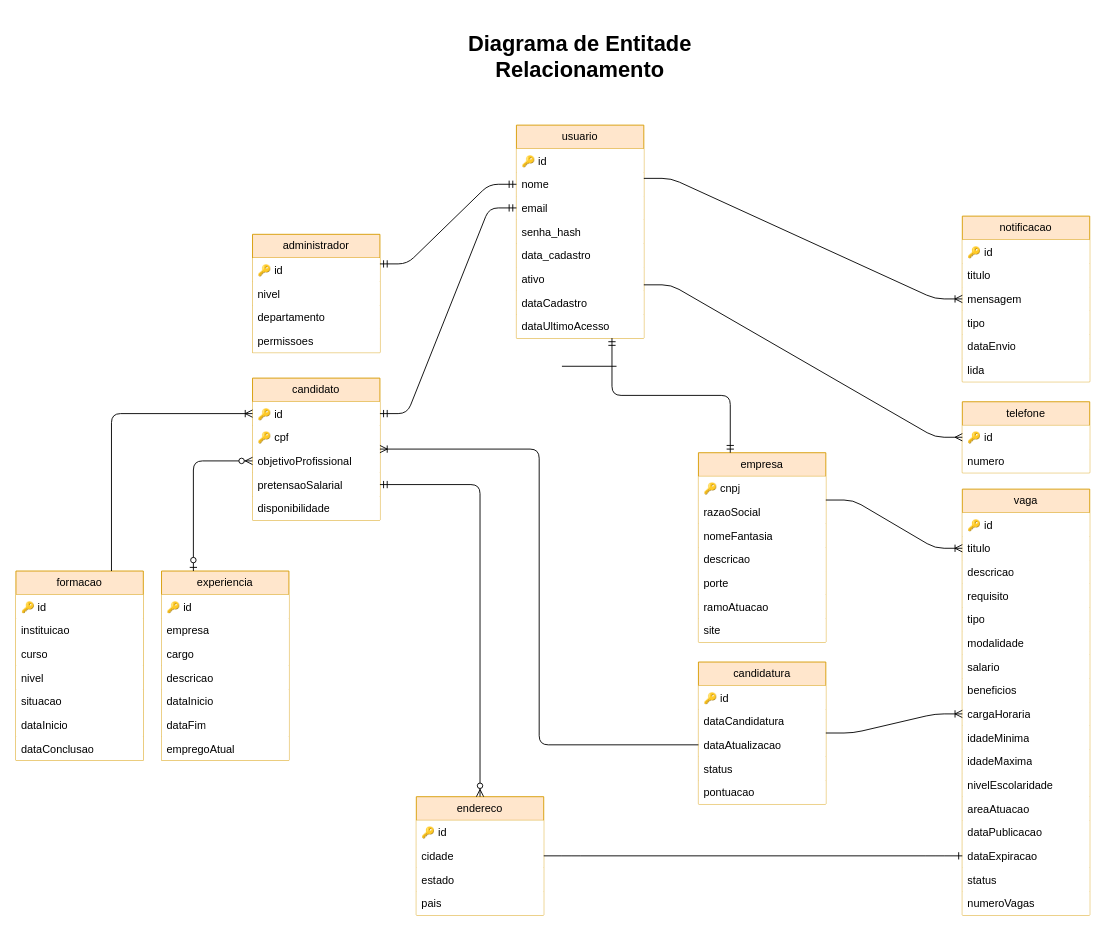
Before: page "DER MatchVagas" (1 of 2) of Diagramas/Diagrama Entidade Relacionamento/Diagrama Entidade Relacionamento.dio in MatchVagas/Documentation, a draw.io diagram. Source tidied: cells renumbered, new cells numbered last; positions are measured from the earlier drawing's top-left corner, leaving out a move shared by most shapes. Both pictures are drawn from the tidied source at 91%, with x=0, y=0 at pixel (15, 25).
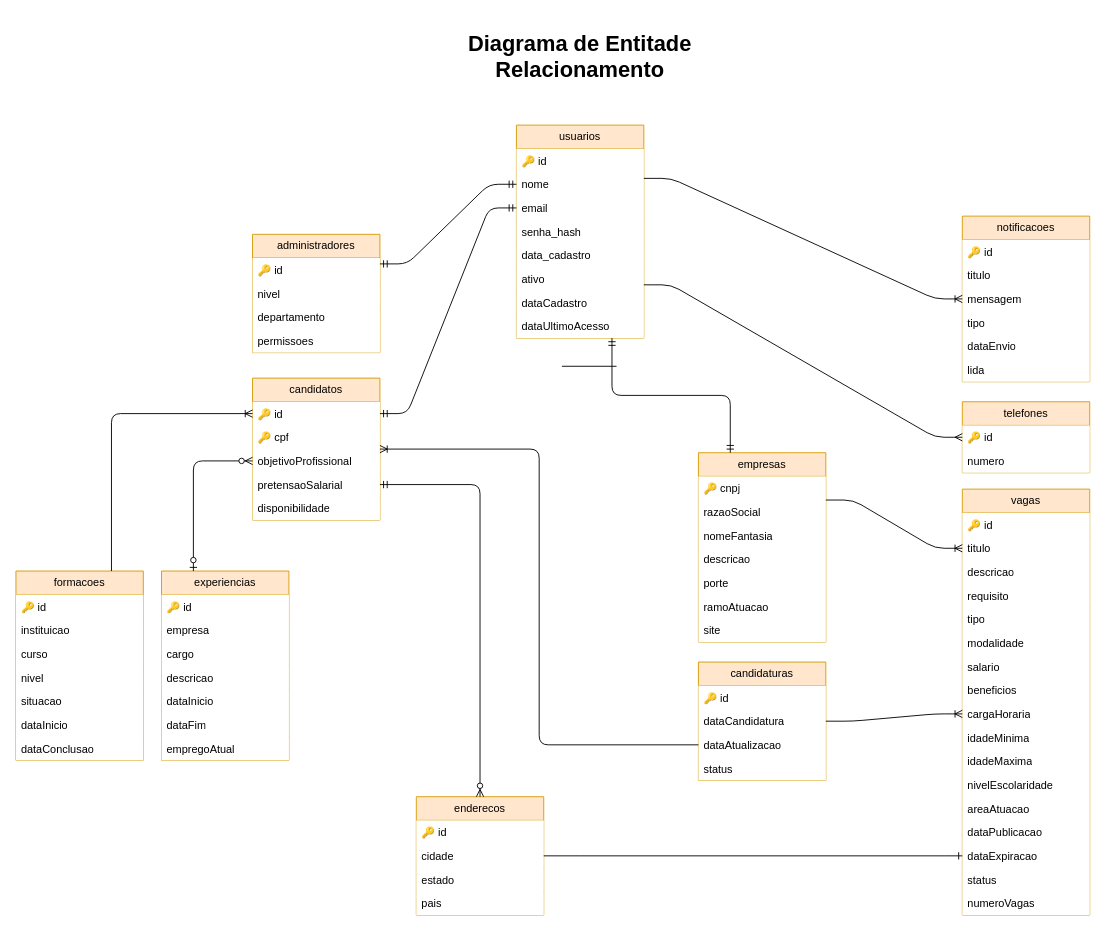
Above is the later version.

The edit, as a diff of the source:
```diff
@@
-    <mxCell id="2" value="usuario" style="swimlane;fontStyle=0;horizontal=1;startSize=26;fillColor=#ffe6cc;whiteSpace=wrap;html=1;rounded=0;strokeColor=#d79b00;" parent="1" vertex="1">
+    <mxCell id="2" value="usuarios" style="swimlane;fontStyle=0;horizontal=1;startSize=26;fillColor=#ffe6cc;whiteSpace=wrap;html=1;rounded=0;strokeColor=#d79b00;" parent="1" vertex="1">
       <mxGeometry x="550" y="110" width="140" height="234" as="geometry" />
     </mxCell>
@@
-    <mxCell id="11" value="telefone" style="swimlane;fontStyle=0;horizontal=1;startSize=26;fillColor=#ffe6cc;whiteSpace=wrap;html=1;strokeColor=#d79b00;" parent="1" vertex="1">
+    <mxCell id="11" value="telefones" style="swimlane;fontStyle=0;horizontal=1;startSize=26;fillColor=#ffe6cc;whiteSpace=wrap;html=1;strokeColor=#d79b00;" parent="1" vertex="1">
       <mxGeometry x="1040" y="414" width="140" height="78" as="geometry" />
     </mxCell>
@@
-    <mxCell id="14" value="candidato" style="swimlane;fontStyle=0;horizontal=1;startSize=26;fillColor=#ffe6cc;whiteSpace=wrap;html=1;rounded=0;strokeColor=#d79b00;" parent="1" vertex="1">
+    <mxCell id="14" value="candidatos" style="swimlane;fontStyle=0;horizontal=1;startSize=26;fillColor=#ffe6cc;whiteSpace=wrap;html=1;rounded=0;strokeColor=#d79b00;" parent="1" vertex="1">
       <mxGeometry x="260" y="388" width="140" height="156" as="geometry" />
     </mxCell>
@@
-    <mxCell id="20" value="endereco" style="swimlane;fontStyle=0;horizontal=1;startSize=26;fillColor=#ffe6cc;whiteSpace=wrap;html=1;rounded=0;strokeColor=#d79b00;" parent="1" vertex="1">
+    <mxCell id="20" value="enderecos" style="swimlane;fontStyle=0;horizontal=1;startSize=26;fillColor=#ffe6cc;whiteSpace=wrap;html=1;rounded=0;strokeColor=#d79b00;" parent="1" vertex="1">
       <mxGeometry x="440" y="848" width="140" height="130" as="geometry" />
     </mxCell>
@@
-    <mxCell id="25" value="empresa" style="swimlane;fontStyle=0;horizontal=1;startSize=26;fillColor=#ffe6cc;whiteSpace=wrap;html=1;rounded=0;strokeColor=#d79b00;" parent="1" vertex="1">
+    <mxCell id="25" value="empresas" style="swimlane;fontStyle=0;horizontal=1;startSize=26;fillColor=#ffe6cc;whiteSpace=wrap;html=1;rounded=0;strokeColor=#d79b00;" parent="1" vertex="1">
       <mxGeometry x="750" y="470" width="140" height="208" as="geometry" />
     </mxCell>
@@
-    <mxCell id="33" value="vaga" style="swimlane;fontStyle=0;horizontal=1;startSize=26;fillColor=#ffe6cc;whiteSpace=wrap;html=1;rounded=0;strokeColor=#d79b00;" parent="1" vertex="1">
+    <mxCell id="33" value="vagas" style="swimlane;fontStyle=0;horizontal=1;startSize=26;fillColor=#ffe6cc;whiteSpace=wrap;html=1;rounded=0;strokeColor=#d79b00;" parent="1" vertex="1">
       <mxGeometry x="1040" y="510" width="140" height="468" as="geometry" />
     </mxCell>
@@
-    <mxCell id="51" value="administrador" style="swimlane;fontStyle=0;horizontal=1;startSize=26;fillColor=#ffe6cc;whiteSpace=wrap;html=1;rounded=0;strokeColor=#d79b00;" parent="1" vertex="1">
+    <mxCell id="51" value="administradores" style="swimlane;fontStyle=0;horizontal=1;startSize=26;fillColor=#ffe6cc;whiteSpace=wrap;html=1;rounded=0;strokeColor=#d79b00;" parent="1" vertex="1">
       <mxGeometry x="260" y="230" width="140" height="130" as="geometry" />
     </mxCell>
@@
-    <mxCell id="56" value="formacao" style="swimlane;fontStyle=0;horizontal=1;startSize=26;fillColor=#ffe6cc;whiteSpace=wrap;html=1;rounded=0;strokeColor=#d79b00;" parent="1" vertex="1">
+    <mxCell id="56" value="formacoes" style="swimlane;fontStyle=0;horizontal=1;startSize=26;fillColor=#ffe6cc;whiteSpace=wrap;html=1;rounded=0;strokeColor=#d79b00;" parent="1" vertex="1">
       <mxGeometry y="600" width="140" height="208" as="geometry" />
     </mxCell>
@@
-    <mxCell id="64" value="experiencia" style="swimlane;fontStyle=0;horizontal=1;startSize=26;fillColor=#ffe6cc;whiteSpace=wrap;html=1;rounded=0;strokeColor=#d79b00;" parent="1" vertex="1">
+    <mxCell id="64" value="experiencias" style="swimlane;fontStyle=0;horizontal=1;startSize=26;fillColor=#ffe6cc;whiteSpace=wrap;html=1;rounded=0;strokeColor=#d79b00;" parent="1" vertex="1">
       <mxGeometry x="160" y="600" width="140" height="208" as="geometry" />
     </mxCell>
@@
-    <mxCell id="72" value="candidatura" style="swimlane;fontStyle=0;horizontal=1;startSize=26;fillColor=#ffe6cc;whiteSpace=wrap;html=1;rounded=0;strokeColor=#d79b00;" parent="1" vertex="1">
-      <mxGeometry x="750" y="700" width="140" height="156" as="geometry" />
+    <mxCell id="72" value="candidaturas" style="swimlane;fontStyle=0;horizontal=1;startSize=26;fillColor=#ffe6cc;whiteSpace=wrap;html=1;rounded=0;strokeColor=#d79b00;" parent="1" vertex="1">
+      <mxGeometry x="750" y="700" width="140" height="130" as="geometry" />
     </mxCell>
@@
-    <mxCell id="77" value="pontuacao" style="text;strokeColor=none;fillColor=default;align=left;verticalAlign=top;spacingLeft=4;spacingRight=4;overflow=hidden;whiteSpace=wrap;html=1;" parent="72" vertex="1">
-      <mxGeometry y="130" width="140" height="26" as="geometry" />
-    </mxCell>
-    <mxCell id="78" value="notificacao" style="swimlane;fontStyle=0;horizontal=1;startSize=26;fillColor=#ffe6cc;whiteSpace=wrap;html=1;rounded=0;strokeColor=#d79b00;" parent="1" vertex="1">
+    <mxCell id="78" value="notificacoes" style="swimlane;fontStyle=0;horizontal=1;startSize=26;fillColor=#ffe6cc;whiteSpace=wrap;html=1;rounded=0;strokeColor=#d79b00;" parent="1" vertex="1">
       <mxGeometry x="1040" y="210" width="140" height="182" as="geometry" />
     </mxCell>
```
